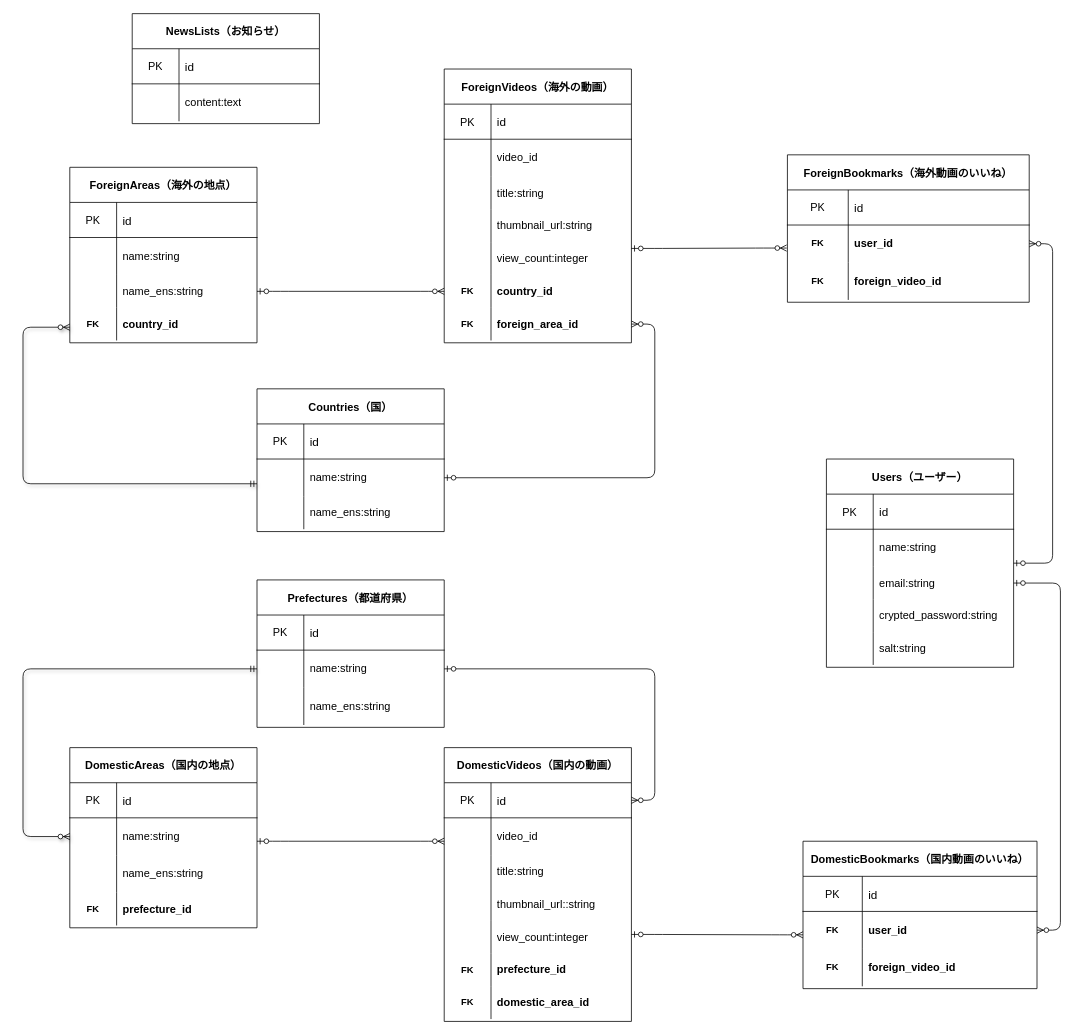
Earlier version of the draw.io diagram er.drawio (O-H-K-N/waik-tour-rails). Source tidied: cells renumbered, new cells numbered last; positions are measured from the earlier drawing's top-left corner, leaving out a move shared by most shapes. Both pictures are drawn from the tidied source at 78%, with x=0, y=0 at pixel (23, 13).
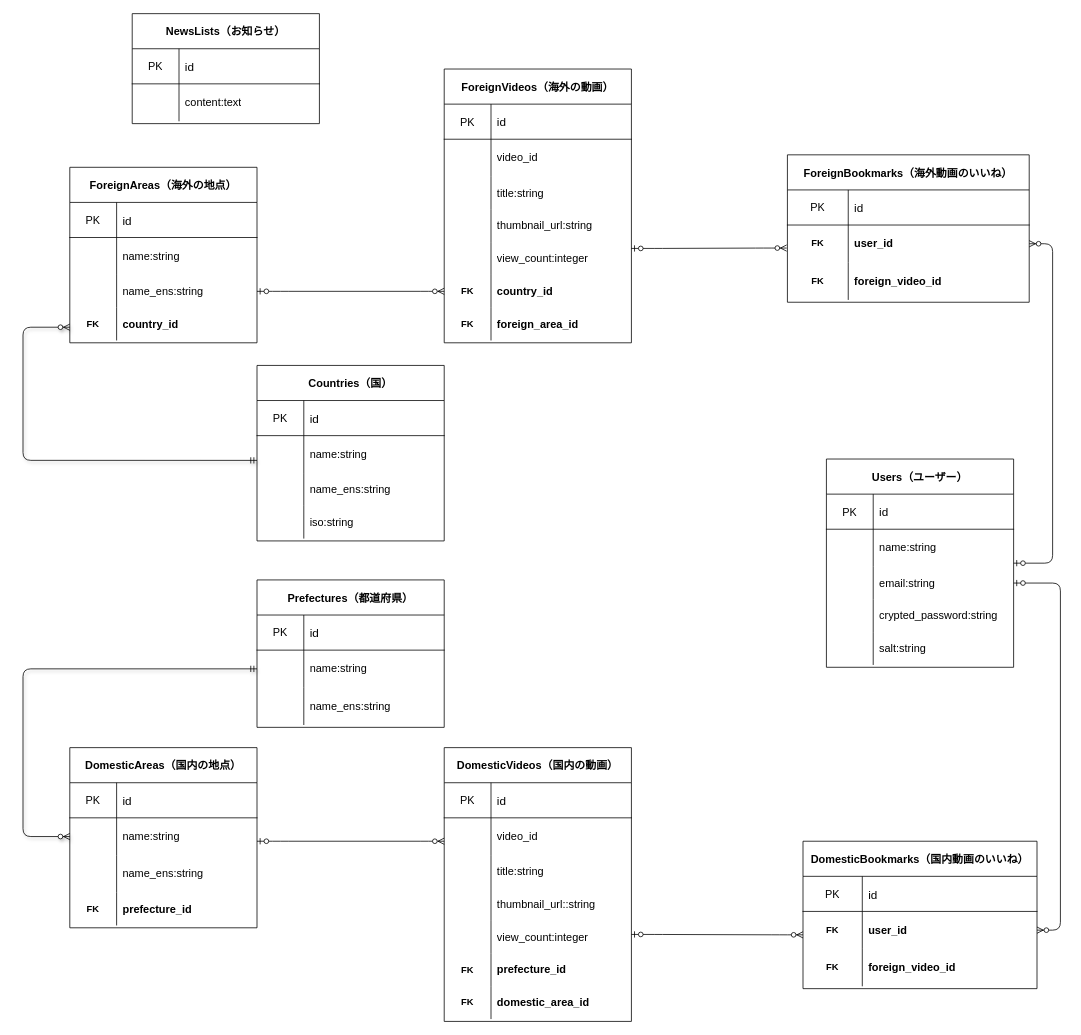
After the change.

The change refers to these unchanged cells:
```xml
<mxCell id="22" style="shape=partialRectangle;html=1;whiteSpace=wrap;fillColor=none;top=0;left=0;bottom=0;right=0;points=[[0,0.5],[1,0.5]];portConstraint=eastwest;" parent="18" vertex="1">
  <mxGeometry y="90" width="240" height="48" as="geometry" />
</mxCell>
<mxCell id="45" style="shape=partialRectangle;html=1;whiteSpace=wrap;fillColor=none;top=0;left=0;bottom=0;right=0;points=[[0,0.5],[1,0.5]];portConstraint=eastwest;" parent="41" vertex="1">
  <mxGeometry y="90" width="240" height="48" as="geometry" />
</mxCell>
<mxCell id="65" style="shape=partialRectangle;html=1;whiteSpace=wrap;fillColor=none;top=0;left=0;bottom=1;right=0;points=[[0,0.5],[1,0.5]];portConstraint=eastwest;" parent="64" vertex="1">
  <mxGeometry y="45" width="240" height="45" as="geometry" />
</mxCell>
<mxCell id="105" style="shape=partialRectangle;html=1;whiteSpace=wrap;fillColor=none;top=0;left=0;bottom=0;right=0;points=[[0,0.5],[1,0.5]];portConstraint=eastwest;" parent="86" vertex="1">
  <mxGeometry y="306" width="240" height="42" as="geometry" />
</mxCell>
```

Change to the diagram source:
```diff
@@
     <mxCell id="18" value="Countries（国）" style="shape=table;startSize=45;childLayout=tableLayout;rowLines=0;fontStyle=1;align=center;fontSize=14;strokeWidth=1;" parent="1" vertex="1">
-      <mxGeometry x="300" y="481" width="240" height="183" as="geometry" />
+      <mxGeometry x="300" y="451" width="240" height="225" as="geometry" />
     </mxCell>
@@
+    <mxCell id="145" style="shape=partialRectangle;html=1;whiteSpace=wrap;fillColor=none;top=0;left=0;bottom=0;right=0;" parent="18" vertex="1">
+      <mxGeometry y="180" width="240" height="42" as="geometry" />
+    </mxCell>
+    <mxCell id="146" style="shape=partialRectangle;html=1;whiteSpace=wrap;fillColor=none;top=0;left=0;bottom=0;right=0;overflow=hidden;" parent="145" vertex="1">
+      <mxGeometry width="60" height="42" as="geometry" />
+    </mxCell>
+    <mxCell id="147" value="iso:string" style="shape=partialRectangle;html=1;whiteSpace=wrap;fillColor=none;top=0;left=0;bottom=0;right=0;align=left;spacingLeft=6;overflow=hidden;fontSize=14;" parent="145" vertex="1">
+      <mxGeometry x="60" width="180" height="42" as="geometry" />
+    </mxCell>
@@
-    <mxCell id="139" style="edgeStyle=entityRelationEdgeStyle;fontSize=12;html=1;endArrow=ERzeroToMany;startArrow=ERzeroToOne;" parent="1" edge="1" target="105">
-      <mxGeometry relative="1" as="geometry">
-        <mxPoint x="540" y="595" as="sourcePoint" />
-      </mxGeometry>
-    </mxCell>
-    <mxCell id="140" style="edgeStyle=entityRelationEdgeStyle;fontSize=12;html=1;endArrow=ERzeroToMany;startArrow=ERzeroToOne;exitX=1;exitY=0.5;exitDx=0;exitDy=0;" parent="1" edge="1" source="45" target="65">
-      <mxGeometry relative="1" as="geometry" />
-    </mxCell>
@@
     <mxCell id="144" style="fontSize=12;html=1;endArrow=ERzeroToMany;startArrow=ERmandOne;shadow=1;edgeStyle=orthogonalEdgeStyle;exitX=0;exitY=0.661;exitDx=0;exitDy=0;exitPerimeter=0;" parent="1" edge="1" source="22">
       <mxGeometry relative="1" as="geometry">
         <mxPoint x="60" y="402" as="targetPoint" />
         <Array as="points">
-          <mxPoint y="603" />
+          <mxPoint y="573" />
           <mxPoint y="402" />
         </Array>
       </mxGeometry>
     </mxCell>
```
